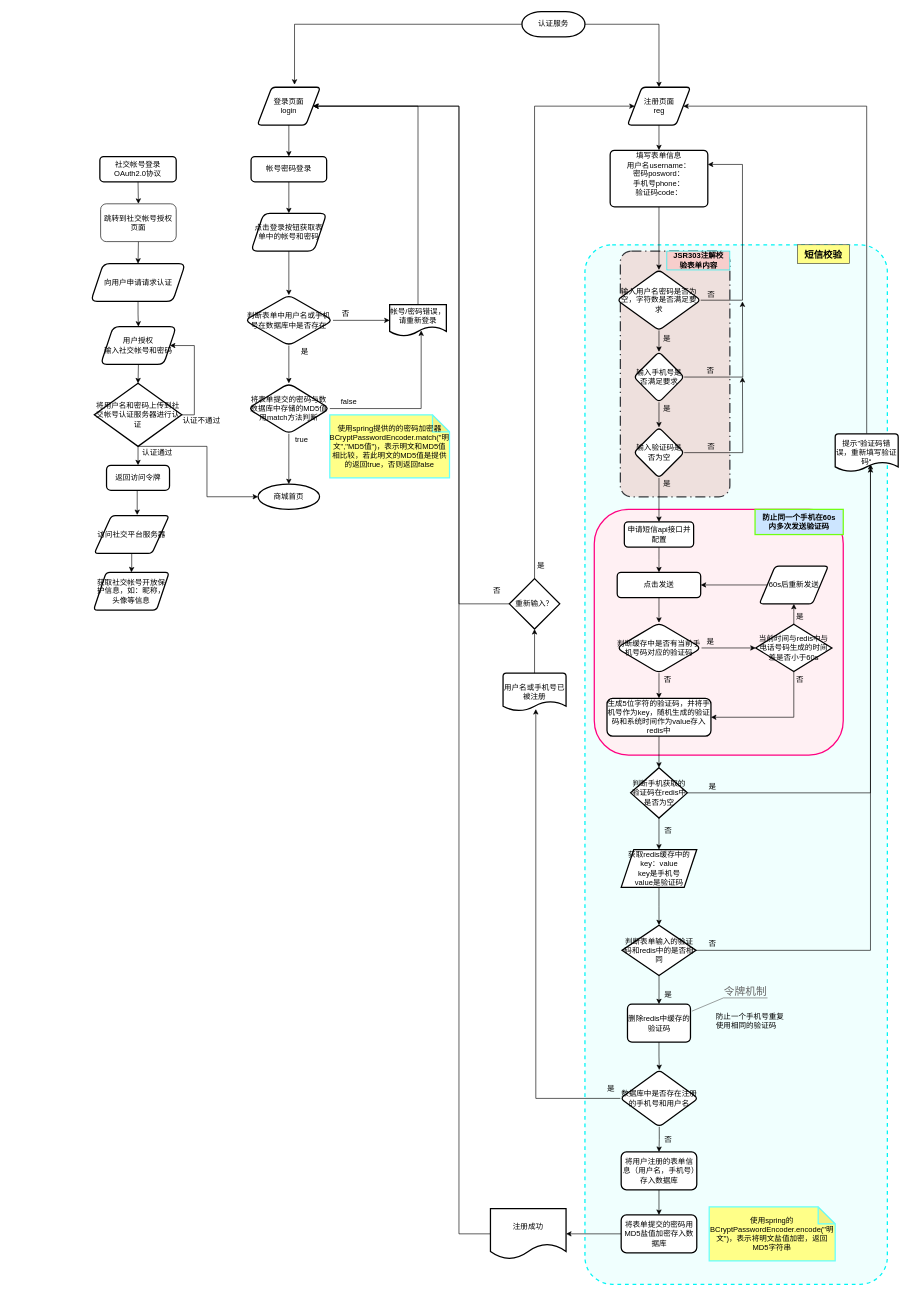
Earlier version of the draw.io diagram 2020/Untitled Diagram.drawio (ShilongXu/baozi.github.io). Source tidied: cells renumbered, new cells numbered last; positions are measured from the earlier drawing's top-left corner, leaving out a move shared by most shapes. Both pictures are drawn from the tidied source at 63%, with x=0, y=0 at pixel (91, 11).
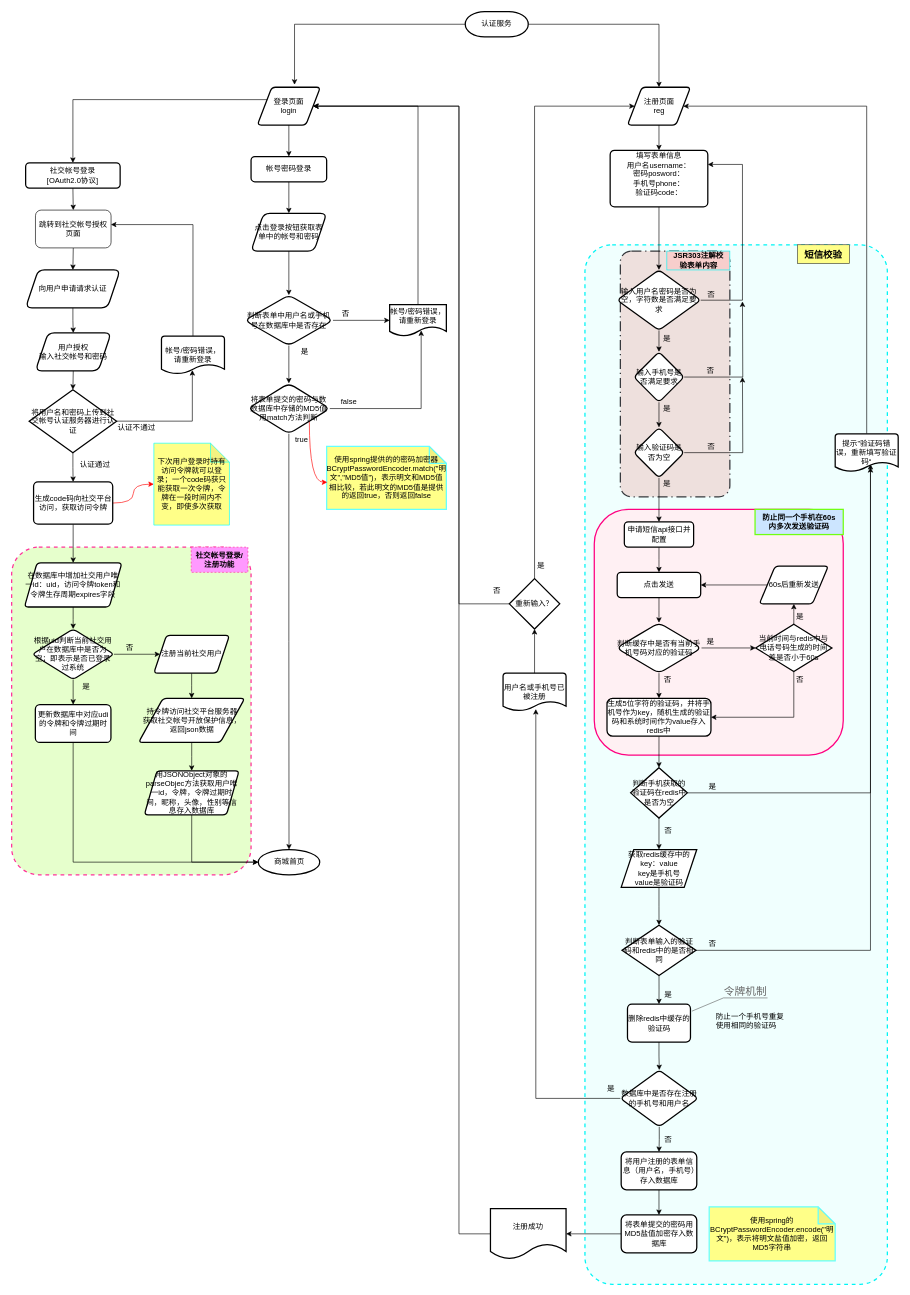
The same page after the edit.

Commit message:
社交帐号注册登录.drawio

Unchanged cells that the change refers to:
```xml
<mxCell id="9" value="&lt;div&gt;登录页面&lt;/div&gt;&lt;div&gt;login&lt;/div&gt;" style="shape=parallelogram;html=1;strokeWidth=2;perimeter=parallelogramPerimeter;whiteSpace=wrap;rounded=1;arcSize=12;size=0.23;" parent="1" vertex="1">
  <mxGeometry x="264" y="120" width="100" height="60" as="geometry" />
</mxCell>
<mxCell id="102" value="将表单提交的密码与数数据库中存储的MD5值用match方法判断" style="rhombus;whiteSpace=wrap;html=1;rounded=1;strokeWidth=2;glass=0;" parent="1" vertex="1">
  <mxGeometry x="249" y="590" width="130" height="80" as="geometry" />
</mxCell>
```

Diff of the diagram source:
```diff
@@
+    <mxCell id="125" style="rounded=1;whiteSpace=wrap;html=1;absoluteArcSize=1;arcSize=86;strokeWidth=2;fillColor=#E6FFCC;dashed=1;strokeColor=#FF3399;" parent="1" vertex="1">
+      <mxGeometry x="-126" y="850" width="380" height="520" as="geometry" />
+    </mxCell>
@@
     <mxCell id="7" value="&lt;div&gt;认证服务&lt;/div&gt;" style="strokeWidth=2;html=1;shape=mxgraph.flowchart.terminator;whiteSpace=wrap;" parent="1" vertex="1">
-      <mxGeometry x="684" width="100" height="40" as="geometry" />
+      <mxGeometry x="594" width="100" height="40" as="geometry" />
     </mxCell>
@@
+    <mxCell id="126" style="edgeStyle=orthogonalEdgeStyle;rounded=0;jettySize=auto;html=1;exitX=0;exitY=0.25;exitDx=0;exitDy=0;entryX=0.5;entryY=0;entryDx=0;entryDy=0;" parent="1" edge="1" source="9" target="107">
+      <mxGeometry relative="1" as="geometry" />
+    </mxCell>
@@
     <mxCell id="64" value="使用spring提供的的密码加密器BCryptPasswordEncoder.match(&quot;明文&quot;,&quot;MD5值&quot;)，表示明文和MD5值相比较，若此明文的MD5值是提供的返回true，否则返回false" style="shape=note;whiteSpace=wrap;html=1;backgroundOutline=1;darkOpacity=0.05;rounded=0;glass=0;strokeWidth=2;fillColor=#ffff88;size=27;strokeColor=#66FFFF;" parent="1" vertex="1">
-      <mxGeometry x="379" y="640" width="190" height="100" as="geometry" />
+      <mxGeometry x="374" y="690" width="190" height="100" as="geometry" />
     </mxCell>
@@
+    <mxCell id="127" style="edgeStyle=orthogonalEdgeStyle;jettySize=auto;html=1;exitX=1;exitY=1;exitDx=0;exitDy=0;entryX=0.005;entryY=0.57;entryDx=0;entryDy=0;entryPerimeter=0;curved=1;strokeColor=#FF0000;" parent="1" edge="1" source="102" target="64">
+      <mxGeometry relative="1" as="geometry" />
+    </mxCell>
@@
     <mxCell id="104" value="商城首页" style="ellipse;whiteSpace=wrap;html=1;rounded=1;glass=0;fontSize=12;strokeColor=#000000;strokeWidth=2;fillColor=#ffffff;gradientColor=none;" parent="1" vertex="1">
-      <mxGeometry x="265.2" y="750" width="97.5" height="40" as="geometry" />
+      <mxGeometry x="265.5" y="1330" width="97.5" height="40" as="geometry" />
     </mxCell>
@@
-    <mxCell id="107" value="&lt;div&gt;社交帐号登录&lt;/div&gt;&lt;div&gt;OAuth2.0协议&lt;br&gt;&lt;/div&gt;" style="rounded=1;whiteSpace=wrap;html=1;glass=0;fontSize=12;strokeColor=#000000;strokeWidth=2;fillColor=#ffffff;gradientColor=none;" parent="1" vertex="1">
-      <mxGeometry x="14" y="230" width="121.2" height="40" as="geometry" />
+    <mxCell id="107" value="&lt;div&gt;社交帐号登录&lt;/div&gt;&lt;div&gt;[OAuth2.0协议]&lt;br&gt;&lt;/div&gt;" style="rounded=1;whiteSpace=wrap;html=1;glass=0;fontSize=12;strokeColor=#000000;strokeWidth=2;fillColor=#ffffff;gradientColor=none;" parent="1" vertex="1">
+      <mxGeometry x="-103.8" y="240" width="150" height="40" as="geometry" />
     </mxCell>
@@
     <mxCell id="109" value="向用户申请请求认证" style="shape=parallelogram;perimeter=parallelogramPerimeter;whiteSpace=wrap;html=1;fixedSize=1;rounded=1;glass=0;fontSize=12;strokeColor=#000000;strokeWidth=2;fillColor=#ffffff;gradientColor=none;" parent="1" vertex="1">
-      <mxGeometry x="-0.4" y="400" width="150" height="60" as="geometry" />
+      <mxGeometry x="-103.8" y="410" width="150" height="60" as="geometry" />
     </mxCell>
@@
     <mxCell id="111" value="跳转到社交帐号授权页面" style="rounded=1;whiteSpace=wrap;html=1;" parent="1" vertex="1">
-      <mxGeometry x="15.2" y="305" width="120" height="60" as="geometry" />
+      <mxGeometry x="-88.2" y="315" width="120" height="60" as="geometry" />
     </mxCell>
@@
     <mxCell id="113" value="&lt;div&gt;用户授权&lt;/div&gt;&lt;div&gt;输入社交帐号和密码&lt;br&gt;&lt;/div&gt;" style="shape=parallelogram;perimeter=parallelogramPerimeter;whiteSpace=wrap;html=1;fixedSize=1;rounded=1;strokeWidth=2;glass=0;" parent="1" vertex="1">
-      <mxGeometry x="15.2" y="500" width="120" height="60" as="geometry" />
+      <mxGeometry x="-88.2" y="510" width="120" height="60" as="geometry" />
     </mxCell>
@@
-    <mxCell id="115" style="edgeStyle=orthogonalEdgeStyle;rounded=0;jettySize=auto;html=1;exitX=0.5;exitY=1;exitDx=0;exitDy=0;exitPerimeter=0;entryX=0;entryY=0.5;entryDx=0;entryDy=0;" parent="1" edge="1" source="117" target="104">
-      <mxGeometry relative="1" as="geometry">
-        <Array as="points">
-          <mxPoint x="184" y="690" />
-          <mxPoint x="184" y="770" />
-        </Array>
-      </mxGeometry>
-    </mxCell>
-    <mxCell id="116" style="edgeStyle=orthogonalEdgeStyle;rounded=0;jettySize=auto;html=1;exitX=1;exitY=0.5;exitDx=0;exitDy=0;exitPerimeter=0;entryX=1;entryY=0.5;entryDx=0;entryDy=0;" parent="1" edge="1" source="117" target="113">
-      <mxGeometry relative="1" as="geometry">
-        <Array as="points">
-          <mxPoint x="164" y="640" />
-          <mxPoint x="164" y="530" />
-        </Array>
-      </mxGeometry>
-    </mxCell>
+    <mxCell id="128" style="edgeStyle=orthogonalEdgeStyle;rounded=0;jettySize=auto;html=1;exitX=1;exitY=0.5;exitDx=0;exitDy=0;exitPerimeter=0;entryX=0.49;entryY=0.9;entryDx=0;entryDy=0;entryPerimeter=0;" parent="1" edge="1" source="117" target="134">
+      <mxGeometry relative="1" as="geometry" />
+    </mxCell>
     <mxCell id="117" value="&lt;div&gt;将用户名和密码上传到社交帐号认证服务器进行认证&lt;/div&gt;" style="strokeWidth=2;html=1;shape=mxgraph.flowchart.decision;whiteSpace=wrap;" parent="1" vertex="1">
-      <mxGeometry x="5.2" y="590" width="138.8" height="100" as="geometry" />
+      <mxGeometry x="-98.2" y="600" width="138.8" height="100" as="geometry" />
     </mxCell>
-    <mxCell id="118" style="edgeStyle=orthogonalEdgeStyle;rounded=0;jettySize=auto;html=1;exitX=0.5;exitY=1;exitDx=0;exitDy=0;entryX=0.573;entryY=-0.017;entryDx=0;entryDy=0;entryPerimeter=0;" parent="1" edge="1" source="119" target="122">
-      <mxGeometry relative="1" as="geometry" />
-    </mxCell>
+    <mxCell id="129" style="edgeStyle=orthogonalEdgeStyle;rounded=0;jettySize=auto;html=1;exitX=0.5;exitY=1;exitDx=0;exitDy=0;entryX=0.5;entryY=0;entryDx=0;entryDy=0;" parent="1" edge="1" source="119" target="123">
+      <mxGeometry relative="1" as="geometry" />
+    </mxCell>
+    <mxCell id="130" style="edgeStyle=orthogonalEdgeStyle;rounded=0;jettySize=auto;html=1;exitX=1;exitY=0.5;exitDx=0;exitDy=0;entryX=0;entryY=0.5;entryDx=0;entryDy=0;entryPerimeter=0;curved=1;strokeColor=#FF0000;" parent="1" edge="1" source="119" target="132">
+      <mxGeometry relative="1" as="geometry" />
+    </mxCell>
-    <mxCell id="119" value="返回访问令牌" style="rounded=1;whiteSpace=wrap;html=1;absoluteArcSize=1;arcSize=14;strokeWidth=2;" parent="1" vertex="1">
-      <mxGeometry x="24.6" y="720" width="100" height="40" as="geometry" />
+    <mxCell id="119" value="生成code码向社交平台访问，获取访问令牌" style="rounded=1;whiteSpace=wrap;html=1;absoluteArcSize=1;arcSize=14;strokeWidth=2;" parent="1" vertex="1">
+      <mxGeometry x="-91.2" y="746.5" width="125.6" height="67" as="geometry" />
     </mxCell>
     <mxCell id="120" value="认证通过" style="text;html=1;align=center;verticalAlign=middle;strokeColor=none;" parent="1" vertex="1">
-      <mxGeometry x="75.2" y="690" width="60" height="20" as="geometry" />
+      <mxGeometry x="-23.7" y="710" width="60" height="20" as="geometry" />
     </mxCell>
-    <mxCell id="121" style="edgeStyle=orthogonalEdgeStyle;rounded=0;jettySize=auto;html=1;" parent="1" edge="1" source="122" target="123">
-      <mxGeometry relative="1" as="geometry" />
-    </mxCell>
-    <mxCell id="122" value="访问社交平台服务器" style="shape=parallelogram;html=1;strokeWidth=2;perimeter=parallelogramPerimeter;whiteSpace=wrap;rounded=1;arcSize=12;size=0.23;" parent="1" vertex="1">
-      <mxGeometry x="5.2" y="800" width="118.8" height="60" as="geometry" />
-    </mxCell>
+    <mxCell id="131" style="edgeStyle=orthogonalEdgeStyle;rounded=0;jettySize=auto;html=1;" parent="1" edge="1" source="123" target="137">
+      <mxGeometry relative="1" as="geometry" />
+    </mxCell>
-    <mxCell id="123" value="获取社交帐号开放保护信息，如：昵称，头像等信息" style="shape=parallelogram;perimeter=parallelogramPerimeter;whiteSpace=wrap;html=1;fixedSize=1;rounded=1;strokeWidth=2;arcSize=12;" parent="1" vertex="1">
-      <mxGeometry x="4" y="890" width="120" height="60" as="geometry" />
+    <mxCell id="123" value="在数据库中增加社交用户唯一id：uid，访问令牌token和令牌生存周期expires字段" style="shape=parallelogram;perimeter=parallelogramPerimeter;whiteSpace=wrap;html=1;fixedSize=1;rounded=1;strokeWidth=2;arcSize=12;" parent="1" vertex="1">
+      <mxGeometry x="-105.7" y="875" width="154.7" height="70" as="geometry" />
     </mxCell>
     <mxCell id="124" value="认证不通过" style="text;html=1;align=center;verticalAlign=middle;strokeColor=none;" parent="1" vertex="1">
-      <mxGeometry x="135.2" y="640" width="80" height="20" as="geometry" />
+      <mxGeometry x="31.8" y="650" width="80" height="20" as="geometry" />
     </mxCell>
+    <mxCell id="132" value="下次用户登录时持有访问令牌就可以登录；一个code码获只能获取一次令牌，令牌在一段时间内不变，即使多次获取" style="shape=note;whiteSpace=wrap;html=1;backgroundOutline=1;darkOpacity=0.05;strokeColor=#00FFFF;fillColor=#FFFF88;" parent="1" vertex="1">
+      <mxGeometry x="99.7" y="685" width="120" height="130" as="geometry" />
+    </mxCell>
+    <mxCell id="133" style="edgeStyle=orthogonalEdgeStyle;rounded=0;jettySize=auto;html=1;exitX=0.5;exitY=0;exitDx=0;exitDy=0;exitPerimeter=0;entryX=0.998;entryY=0.383;entryDx=0;entryDy=0;entryPerimeter=0;" parent="1" edge="1" source="134" target="111">
+      <mxGeometry relative="1" as="geometry" />
+    </mxCell>
+    <mxCell id="134" value="帐号/密码错误，请重新登录" style="strokeWidth=2;html=1;shape=mxgraph.flowchart.document2;whiteSpace=wrap;size=0.25;" parent="1" vertex="1">
+      <mxGeometry x="111.8" y="515" width="100" height="60" as="geometry" />
+    </mxCell>
+    <mxCell id="135" style="edgeStyle=orthogonalEdgeStyle;rounded=0;jettySize=auto;html=1;" parent="1" edge="1" source="137" target="139">
+      <mxGeometry relative="1" as="geometry" />
+    </mxCell>
+    <mxCell id="136" style="edgeStyle=orthogonalEdgeStyle;rounded=0;jettySize=auto;html=1;" parent="1" edge="1" source="137" target="142">
+      <mxGeometry relative="1" as="geometry" />
+    </mxCell>
+    <mxCell id="137" value="根据uid判断当前社交用户在数据库中是否为空；即表示是否已登录过系统" style="rhombus;whiteSpace=wrap;html=1;rounded=1;strokeWidth=2;arcSize=12;" parent="1" vertex="1">
+      <mxGeometry x="-93.1" y="980" width="129.4" height="80" as="geometry" />
+    </mxCell>
+    <mxCell id="138" style="edgeStyle=orthogonalEdgeStyle;rounded=0;jettySize=auto;html=1;exitX=0.5;exitY=1;exitDx=0;exitDy=0;entryX=0;entryY=0.5;entryDx=0;entryDy=0;" parent="1" edge="1" source="139" target="104">
+      <mxGeometry relative="1" as="geometry" />
+    </mxCell>
+    <mxCell id="139" value="更新数据库中对应udi的令牌和令牌过期时间" style="whiteSpace=wrap;html=1;rounded=1;strokeWidth=2;arcSize=12;" parent="1" vertex="1">
+      <mxGeometry x="-88.4" y="1100" width="120" height="60" as="geometry" />
+    </mxCell>
+    <mxCell id="140" value="是" style="text;html=1;align=center;verticalAlign=middle;strokeColor=none;" parent="1" vertex="1">
+      <mxGeometry x="-22.7" y="1061" width="30" height="20" as="geometry" />
+    </mxCell>
+    <mxCell id="141" style="edgeStyle=orthogonalEdgeStyle;rounded=0;jettySize=auto;html=1;exitX=0.5;exitY=1;exitDx=0;exitDy=0;entryX=0.5;entryY=0;entryDx=0;entryDy=0;" parent="1" edge="1" source="142" target="144">
+      <mxGeometry relative="1" as="geometry" />
+    </mxCell>
+    <mxCell id="142" value="注册当前社交用户" style="shape=parallelogram;perimeter=parallelogramPerimeter;whiteSpace=wrap;html=1;fixedSize=1;rounded=1;strokeWidth=2;arcSize=12;" parent="1" vertex="1">
+      <mxGeometry x="99.7" y="990" width="120" height="60" as="geometry" />
+    </mxCell>
+    <mxCell id="143" style="edgeStyle=orthogonalEdgeStyle;rounded=0;jettySize=auto;html=1;" parent="1" edge="1" source="144" target="146">
+      <mxGeometry relative="1" as="geometry" />
+    </mxCell>
+    <mxCell id="144" value="&lt;div&gt;持令牌访问社交平台服务器&lt;/div&gt;&lt;div&gt;获取社交帐号开放保护信息，返回json数据&lt;br&gt;&lt;/div&gt;" style="shape=parallelogram;html=1;strokeWidth=2;perimeter=parallelogramPerimeter;whiteSpace=wrap;rounded=1;arcSize=12;size=0.23;" parent="1" vertex="1">
+      <mxGeometry x="75.5" y="1090" width="168.5" height="70" as="geometry" />
+    </mxCell>
+    <mxCell id="145" style="edgeStyle=orthogonalEdgeStyle;rounded=0;jettySize=auto;html=1;exitX=0.5;exitY=1;exitDx=0;exitDy=0;entryX=0;entryY=0.5;entryDx=0;entryDy=0;" parent="1" edge="1" source="146" target="104">
+      <mxGeometry relative="1" as="geometry">
+        <Array as="points">
+          <mxPoint x="160" y="1350" />
+        </Array>
+      </mxGeometry>
+    </mxCell>
+    <mxCell id="146" value="用JSONObject对象的parseObjec方法获取用户唯一id，令牌，令牌过期时间，昵称，头像，性别等信息存入数据库" style="shape=parallelogram;perimeter=parallelogramPerimeter;whiteSpace=wrap;html=1;fixedSize=1;rounded=1;strokeWidth=2;arcSize=12;" parent="1" vertex="1">
+      <mxGeometry x="84.6" y="1205" width="150.4" height="70" as="geometry" />
+    </mxCell>
+    <mxCell id="147" value="否" style="text;html=1;align=center;verticalAlign=middle;strokeColor=none;" parent="1" vertex="1">
+      <mxGeometry x="45.5" y="1000" width="30" height="20" as="geometry" />
+    </mxCell>
+    <mxCell id="148" value="&lt;div&gt;社交帐号登录/&lt;/div&gt;&lt;div&gt;注册功能&lt;/div&gt;" style="whiteSpace=wrap;html=1;dashed=1;strokeColor=#FF3399;fillColor=#FF99FF;fontStyle=1;" parent="1" vertex="1">
+      <mxGeometry x="159" y="850" width="90" height="40" as="geometry" />
+    </mxCell>
```
